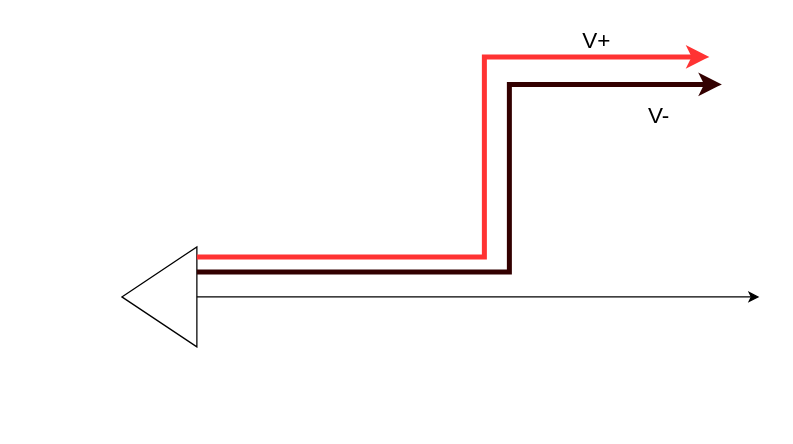
The draw.io diagram res/Diagram.drawio in mi3nts/mintsInsight, before the edit. Source tidied: cells renumbered, new cells numbered last; positions are measured from the earlier drawing's top-left corner, leaving out a move shared by most shapes. Both pictures are drawn from the tidied source at 125%, with x=0, y=0 at pixel (121, 21).
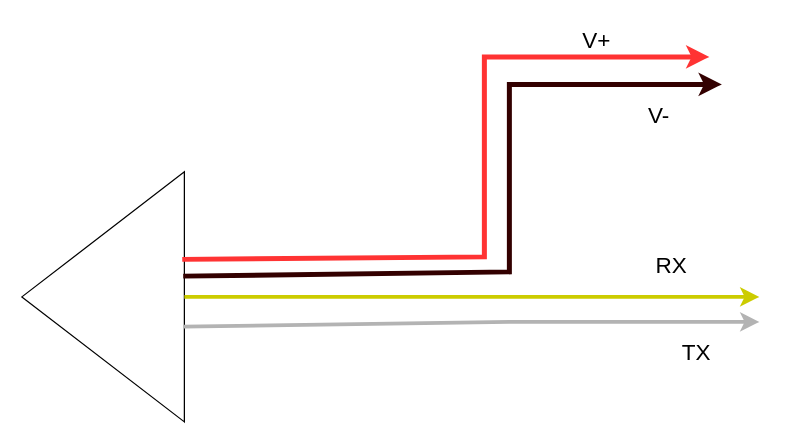
The same page after the edit.

Change to the diagram source:
```diff
@@
 <mxGraphModel>
   <root>
     <mxCell id="0" />
     <mxCell id="1" parent="0" />
     <mxCell id="2" style="triangle;whiteSpace=wrap;html=1;rotation=-180;" parent="1" vertex="1">
-      <mxGeometry y="180" width="60" height="80" as="geometry" />
+      <mxGeometry x="-80" y="120" width="130" height="200" as="geometry" />
     </mxCell>
-    <mxCell id="3" style="endArrow=classic;html=1;rounded=0;exitX=0;exitY=0.75;exitDx=0;exitDy=0;strokeColor=#FF3333;strokeWidth=4;" parent="1" edge="1">
+    <mxCell id="3" style="endArrow=classic;html=1;rounded=0;exitX=0.013;exitY=0.65;exitDx=0;exitDy=0;strokeColor=#FF3333;strokeWidth=4;exitPerimeter=0;" parent="1" edge="1" source="2">
       <mxGeometry relative="1" as="geometry">
-        <mxPoint x="60" y="188" as="sourcePoint" />
         <mxPoint x="470" y="28" as="targetPoint" />
         <Array as="points">
           <mxPoint x="290" y="188" />
           <mxPoint x="290" y="28" />
         </Array>
       </mxGeometry>
     </mxCell>
     <mxCell id="4" value="&lt;font style=&quot;font-size: 18px;&quot;&gt;V+&lt;/font&gt;" style="text;html=1;align=center;verticalAlign=middle;whiteSpace=wrap;rounded=0;" parent="1" vertex="1">
       <mxGeometry x="350" width="60" height="30" as="geometry" />
     </mxCell>
-    <mxCell id="5" style="endArrow=classic;html=1;rounded=0;exitX=0;exitY=0.75;exitDx=0;exitDy=0;strokeColor=#330000;strokeWidth=4;" parent="1" edge="1" source="2">
+    <mxCell id="5" style="endArrow=classic;html=1;rounded=0;exitX=0.007;exitY=0.583;exitDx=0;exitDy=0;strokeColor=#330000;strokeWidth=4;exitPerimeter=0;" parent="1" edge="1" source="2">
       <mxGeometry relative="1" as="geometry">
         <mxPoint x="480" y="50" as="targetPoint" />
         <Array as="points">
           <mxPoint x="310" y="200" />
           <mxPoint x="310" y="50" />
         </Array>
       </mxGeometry>
     </mxCell>
     <mxCell id="6" value="&lt;font style=&quot;font-size: 18px;&quot;&gt;V-&lt;/font&gt;" style="text;html=1;align=center;verticalAlign=middle;whiteSpace=wrap;rounded=0;" parent="1" vertex="1">
       <mxGeometry x="400" y="60" width="60" height="30" as="geometry" />
     </mxCell>
-    <mxCell id="7" style="endArrow=classic;html=1;rounded=0;exitX=0;exitY=0.5;exitDx=0;exitDy=0;" parent="1" edge="1" source="2">
+    <mxCell id="7" style="endArrow=classic;html=1;rounded=0;exitX=0;exitY=0.5;exitDx=0;exitDy=0;strokeWidth=3;strokeColor=#CCCC00;" parent="1" edge="1" source="2">
       <mxGeometry relative="1" as="geometry">
         <mxPoint x="510" y="220" as="targetPoint" />
         <Array as="points">
           <mxPoint x="310" y="220" />
         </Array>
       </mxGeometry>
     </mxCell>
+    <mxCell id="8" style="endArrow=classic;html=1;rounded=0;exitX=0.007;exitY=0.381;exitDx=0;exitDy=0;strokeWidth=3;strokeColor=#B3B3B3;exitPerimeter=0;" parent="1" edge="1" source="2">
+      <mxGeometry relative="1" as="geometry">
+        <mxPoint x="510" y="240" as="targetPoint" />
+        <Array as="points">
+          <mxPoint x="310" y="240" />
+        </Array>
+      </mxGeometry>
+    </mxCell>
+    <mxCell id="9" value="&lt;font style=&quot;font-size: 18px;&quot;&gt;RX&lt;/font&gt;" style="text;html=1;align=center;verticalAlign=middle;whiteSpace=wrap;rounded=0;" parent="1" vertex="1">
+      <mxGeometry x="410" y="180" width="60" height="30" as="geometry" />
+    </mxCell>
+    <mxCell id="10" value="&lt;span style=&quot;font-size: 18px;&quot;&gt;TX&lt;/span&gt;" style="text;html=1;align=center;verticalAlign=middle;whiteSpace=wrap;rounded=0;" parent="1" vertex="1">
+      <mxGeometry x="430" y="250" width="60" height="30" as="geometry" />
+    </mxCell>
   </root>
 </mxGraphModel>
```
